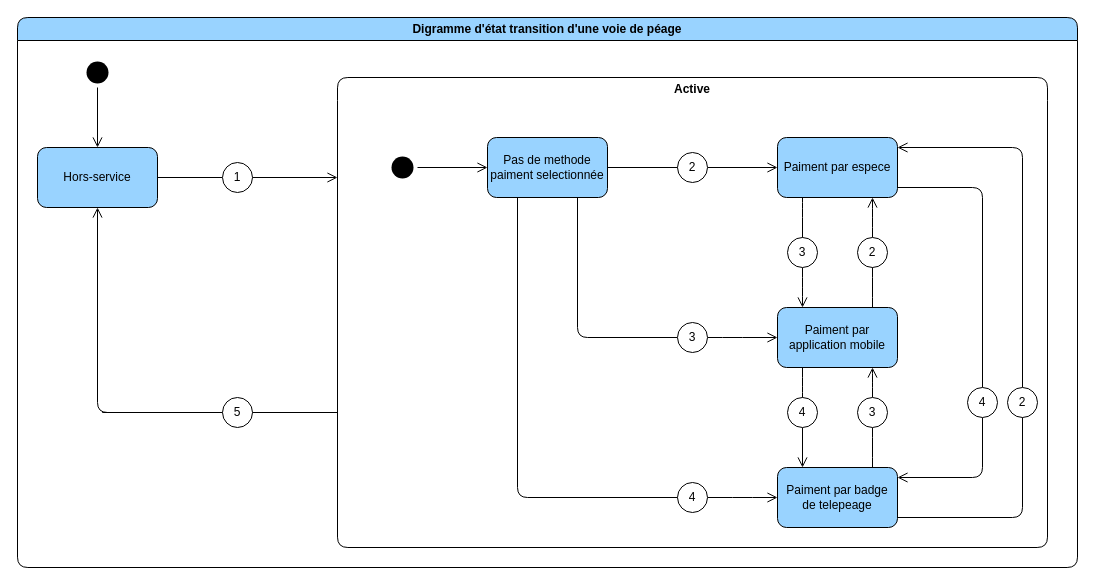
This is page "voie" (1 of 3) of diagrams/state-diagram.drawio from devlotfi/peage-pay, a draw.io file, before an edit. Source tidied: cells renumbered, new cells numbered last; positions are measured from the earlier drawing's top-left corner, leaving out a move shared by most shapes. Both pictures are drawn from the tidied source at 100%, with x=0, y=0 at pixel (17, 17).
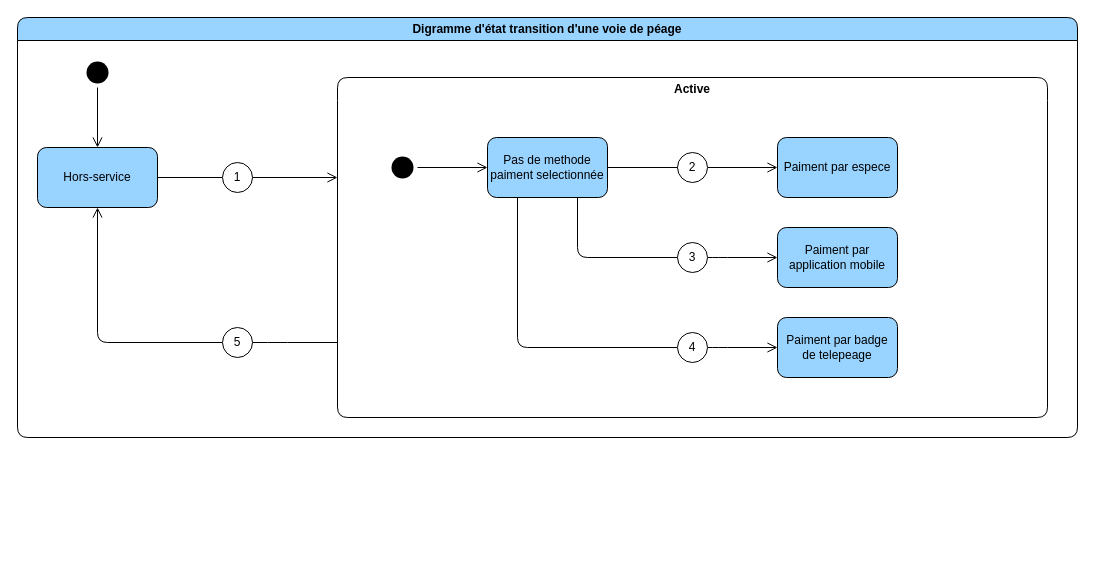
Above is the later version.

Unchanged cells that the change refers to:
```xml
<mxCell id="10" value="Paiment par espece" style="rounded=1;whiteSpace=wrap;html=1;strokeColor=default;align=center;verticalAlign=middle;fontFamily=Helvetica;fontSize=12;fontColor=default;labelBackgroundColor=none;fillColor=#99D3FF;" parent="7" vertex="1">
  <mxGeometry x="440" y="60" width="120" height="60" as="geometry" />
</mxCell>
<mxCell id="21" value="Pas de methode paiment selectionnée" style="rounded=1;whiteSpace=wrap;html=1;strokeColor=default;align=center;verticalAlign=middle;fontFamily=Helvetica;fontSize=12;fontColor=default;labelBackgroundColor=none;fillColor=#99D3FF;" parent="7" vertex="1">
  <mxGeometry x="150" y="60" width="120" height="60" as="geometry" />
</mxCell>
```

What changed in the source:
```diff
@@
     <mxCell id="2" value="Digramme d'état transition d'une voie de péage" style="swimlane;whiteSpace=wrap;html=1;fillColor=#99D3FF;rounded=1;startSize=23;" parent="1" vertex="1">
-      <mxGeometry width="1060" height="550" as="geometry" />
+      <mxGeometry width="1060" height="420" as="geometry" />
     </mxCell>
@@
     <mxCell id="7" value="Active" style="swimlane;whiteSpace=wrap;html=1;rounded=1;strokeColor=default;align=center;verticalAlign=middle;fontFamily=Helvetica;fontSize=12;fontColor=default;labelBackgroundColor=none;fillColor=none;swimlaneLine=0;" parent="2" vertex="1">
-      <mxGeometry x="320" y="60" width="710" height="470" as="geometry" />
+      <mxGeometry x="320" y="60" width="710" height="340" as="geometry" />
     </mxCell>
-    <mxCell id="8" style="edgeStyle=orthogonalEdgeStyle;rounded=1;jettySize=auto;html=1;strokeColor=#000000;align=center;verticalAlign=bottom;fontFamily=Helvetica;fontSize=12;fontColor=default;labelBackgroundColor=none;endArrow=open;endSize=8;fillColor=#99D3FF;" parent="7" edge="1" source="29" target="12">
-      <mxGeometry relative="1" as="geometry">
-        <Array as="points">
-          <mxPoint x="465" y="210" />
-          <mxPoint x="465" y="210" />
-        </Array>
-      </mxGeometry>
-    </mxCell>
-    <mxCell id="9" style="edgeStyle=orthogonalEdgeStyle;rounded=1;jettySize=auto;html=1;strokeColor=#000000;align=center;verticalAlign=bottom;fontFamily=Helvetica;fontSize=12;fontColor=default;labelBackgroundColor=none;endArrow=none;endSize=8;fillColor=#99D3FF;endFill=0;" parent="7" edge="1" source="10" target="39">
-      <mxGeometry relative="1" as="geometry">
-        <Array as="points">
-          <mxPoint x="645" y="110" />
-        </Array>
-      </mxGeometry>
-    </mxCell>
@@
-    <mxCell id="11" style="edgeStyle=orthogonalEdgeStyle;rounded=1;jettySize=auto;html=1;strokeColor=#000000;align=center;verticalAlign=bottom;fontFamily=Helvetica;fontSize=12;fontColor=default;labelBackgroundColor=none;endArrow=open;endSize=8;fillColor=#99D3FF;" parent="7" edge="1" source="40" target="14">
-      <mxGeometry relative="1" as="geometry">
-        <Array as="points">
-          <mxPoint x="470" y="400" />
-          <mxPoint x="470" y="400" />
-        </Array>
-      </mxGeometry>
-    </mxCell>
     <mxCell id="12" value="Paiment par application mobile" style="rounded=1;whiteSpace=wrap;html=1;strokeColor=default;align=center;verticalAlign=middle;fontFamily=Helvetica;fontSize=12;fontColor=default;labelBackgroundColor=none;fillColor=#99D3FF;" parent="7" vertex="1">
-      <mxGeometry x="440" y="230" width="120" height="60" as="geometry" />
+      <mxGeometry x="440" y="150" width="120" height="60" as="geometry" />
     </mxCell>
-    <mxCell id="13" style="edgeStyle=orthogonalEdgeStyle;rounded=1;jettySize=auto;html=1;strokeColor=#000000;align=center;verticalAlign=bottom;fontFamily=Helvetica;fontSize=12;fontColor=default;labelBackgroundColor=none;endArrow=open;endSize=8;fillColor=#99D3FF;" parent="7" edge="1" source="27" target="10">
-      <mxGeometry relative="1" as="geometry">
-        <Array as="points">
-          <mxPoint x="685" y="70" />
-        </Array>
-      </mxGeometry>
-    </mxCell>
     <mxCell id="14" value="Paiment par badge de telepeage" style="rounded=1;whiteSpace=wrap;html=1;strokeColor=default;align=center;verticalAlign=middle;fontFamily=Helvetica;fontSize=12;fontColor=default;labelBackgroundColor=none;fillColor=#99D3FF;" parent="7" vertex="1">
-      <mxGeometry x="440" y="390" width="120" height="60" as="geometry" />
+      <mxGeometry x="440" y="240" width="120" height="60" as="geometry" />
     </mxCell>
@@
     <mxCell id="19" style="edgeStyle=orthogonalEdgeStyle;rounded=1;jettySize=auto;html=1;strokeColor=#000000;align=center;verticalAlign=bottom;fontFamily=Helvetica;fontSize=12;fontColor=default;labelBackgroundColor=none;endArrow=none;endSize=8;fillColor=#99D3FF;endFill=0;" parent="7" edge="1" source="21" target="35">
       <mxGeometry relative="1" as="geometry">
         <Array as="points">
-          <mxPoint x="240" y="260" />
+          <mxPoint x="240" y="180" />
+          <mxPoint x="355" y="180" />
         </Array>
       </mxGeometry>
     </mxCell>
-    <mxCell id="20" style="edgeStyle=orthogonalEdgeStyle;rounded=1;jettySize=auto;html=1;strokeColor=#000000;align=center;verticalAlign=bottom;fontFamily=Helvetica;fontSize=12;fontColor=default;labelBackgroundColor=none;endArrow=none;endSize=8;fillColor=#99D3FF;endFill=0;" parent="7" edge="1" source="21">
+    <mxCell id="20" style="edgeStyle=orthogonalEdgeStyle;rounded=1;jettySize=auto;html=1;strokeColor=#000000;align=center;verticalAlign=bottom;fontFamily=Helvetica;fontSize=12;fontColor=default;labelBackgroundColor=none;endArrow=none;endSize=8;fillColor=#99D3FF;endFill=0;" parent="7" edge="1" source="21" target="37">
       <mxGeometry relative="1" as="geometry">
-        <mxPoint x="360" y="420" as="targetPoint" />
         <Array as="points">
-          <mxPoint x="180" y="420" />
+          <mxPoint x="180" y="270" />
         </Array>
       </mxGeometry>
     </mxCell>
@@
-    <mxCell id="24" style="edgeStyle=orthogonalEdgeStyle;rounded=1;jettySize=auto;html=1;strokeColor=#000000;align=center;verticalAlign=bottom;fontFamily=Helvetica;fontSize=12;fontColor=default;labelBackgroundColor=none;endArrow=open;endSize=8;fillColor=#99D3FF;" parent="7" edge="1" source="25" target="10">
-      <mxGeometry relative="1" as="geometry">
-        <Array as="points">
-          <mxPoint x="535" y="140" />
-          <mxPoint x="535" y="140" />
-        </Array>
-      </mxGeometry>
-    </mxCell>
-    <mxCell id="25" value="2" style="ellipse;whiteSpace=wrap;html=1;rounded=1;strokeColor=default;align=center;verticalAlign=middle;fontFamily=Helvetica;fontSize=12;fontColor=default;labelBackgroundColor=none;fillColor=#FFFFFF;" parent="7" vertex="1">
-      <mxGeometry x="520" y="160" width="30" height="30" as="geometry" />
-    </mxCell>
-    <mxCell id="26" style="edgeStyle=orthogonalEdgeStyle;rounded=1;jettySize=auto;html=1;strokeColor=#000000;align=center;verticalAlign=bottom;fontFamily=Helvetica;fontSize=12;fontColor=default;labelBackgroundColor=none;endArrow=none;endSize=8;fillColor=#99D3FF;endFill=0;" parent="7" edge="1" source="12" target="25">
-      <mxGeometry relative="1" as="geometry">
-        <Array as="points">
-          <mxPoint x="535" y="210" />
-          <mxPoint x="535" y="210" />
-        </Array>
-      </mxGeometry>
-    </mxCell>
-    <mxCell id="27" value="2" style="ellipse;whiteSpace=wrap;html=1;rounded=1;strokeColor=default;align=center;verticalAlign=middle;fontFamily=Helvetica;fontSize=12;fontColor=default;labelBackgroundColor=none;fillColor=#FFFFFF;" parent="7" vertex="1">
-      <mxGeometry x="670" y="310" width="30" height="30" as="geometry" />
-    </mxCell>
-    <mxCell id="28" style="edgeStyle=orthogonalEdgeStyle;rounded=1;jettySize=auto;html=1;strokeColor=#000000;align=center;verticalAlign=bottom;fontFamily=Helvetica;fontSize=12;fontColor=default;labelBackgroundColor=none;endArrow=none;endSize=8;fillColor=#99D3FF;endFill=0;" parent="7" edge="1" source="14" target="27">
-      <mxGeometry relative="1" as="geometry">
-        <Array as="points">
-          <mxPoint x="685" y="440" />
-        </Array>
-      </mxGeometry>
-    </mxCell>
-    <mxCell id="29" value="3" style="ellipse;whiteSpace=wrap;html=1;rounded=1;strokeColor=default;align=center;verticalAlign=middle;fontFamily=Helvetica;fontSize=12;fontColor=default;labelBackgroundColor=none;fillColor=#FFFFFF;" parent="7" vertex="1">
-      <mxGeometry x="450" y="160" width="30" height="30" as="geometry" />
-    </mxCell>
-    <mxCell id="30" style="edgeStyle=orthogonalEdgeStyle;rounded=1;jettySize=auto;html=1;strokeColor=#000000;align=center;verticalAlign=bottom;fontFamily=Helvetica;fontSize=12;fontColor=default;labelBackgroundColor=none;endArrow=none;endSize=8;fillColor=#99D3FF;endFill=0;" parent="7" edge="1" source="10" target="29">
-      <mxGeometry relative="1" as="geometry">
-        <Array as="points">
-          <mxPoint x="465" y="130" />
-          <mxPoint x="465" y="130" />
-        </Array>
-      </mxGeometry>
-    </mxCell>
-    <mxCell id="31" style="edgeStyle=orthogonalEdgeStyle;rounded=1;jettySize=auto;html=1;strokeColor=#000000;align=center;verticalAlign=bottom;fontFamily=Helvetica;fontSize=12;fontColor=default;labelBackgroundColor=none;endArrow=none;endSize=8;fillColor=#99D3FF;endFill=0;" parent="7" edge="1" source="14" target="33">
-      <mxGeometry relative="1" as="geometry">
-        <Array as="points">
-          <mxPoint x="535" y="370" />
-          <mxPoint x="535" y="370" />
-        </Array>
-      </mxGeometry>
-    </mxCell>
-    <mxCell id="32" style="edgeStyle=orthogonalEdgeStyle;rounded=1;jettySize=auto;html=1;strokeColor=#000000;align=center;verticalAlign=bottom;fontFamily=Helvetica;fontSize=12;fontColor=default;labelBackgroundColor=none;endArrow=open;endSize=8;fillColor=#99D3FF;" parent="7" edge="1" source="33" target="12">
-      <mxGeometry relative="1" as="geometry">
-        <Array as="points">
-          <mxPoint x="535" y="300" />
-          <mxPoint x="535" y="300" />
-        </Array>
-      </mxGeometry>
-    </mxCell>
-    <mxCell id="33" value="3" style="ellipse;whiteSpace=wrap;html=1;rounded=1;strokeColor=default;align=center;verticalAlign=middle;fontFamily=Helvetica;fontSize=12;fontColor=default;labelBackgroundColor=none;fillColor=#FFFFFF;" parent="7" vertex="1">
-      <mxGeometry x="520" y="320" width="30" height="30" as="geometry" />
-    </mxCell>
     <mxCell id="34" style="edgeStyle=orthogonalEdgeStyle;rounded=1;jettySize=auto;html=1;strokeColor=#000000;align=center;verticalAlign=bottom;fontFamily=Helvetica;fontSize=12;fontColor=default;labelBackgroundColor=none;endArrow=open;endSize=8;fillColor=#99D3FF;" parent="7" edge="1" source="35" target="12">
       <mxGeometry relative="1" as="geometry">
         <Array as="points">
-          <mxPoint x="395" y="260" />
-          <mxPoint x="395" y="260" />
+          <mxPoint x="380" y="180" />
+          <mxPoint x="380" y="180" />
         </Array>
       </mxGeometry>
     </mxCell>
     <mxCell id="35" value="3" style="ellipse;whiteSpace=wrap;html=1;rounded=1;strokeColor=default;align=center;verticalAlign=middle;fontFamily=Helvetica;fontSize=12;fontColor=default;labelBackgroundColor=none;fillColor=#FFFFFF;" parent="7" vertex="1">
-      <mxGeometry x="340" y="245" width="30" height="30" as="geometry" />
+      <mxGeometry x="340" y="165" width="30" height="30" as="geometry" />
     </mxCell>
     <mxCell id="36" style="edgeStyle=orthogonalEdgeStyle;rounded=1;jettySize=auto;html=1;strokeColor=#000000;align=center;verticalAlign=bottom;fontFamily=Helvetica;fontSize=12;fontColor=default;labelBackgroundColor=none;endArrow=open;endSize=8;fillColor=#99D3FF;" parent="7" edge="1" source="37" target="14">
       <mxGeometry relative="1" as="geometry">
         <Array as="points">
-          <mxPoint x="405" y="420" />
-          <mxPoint x="405" y="420" />
+          <mxPoint x="380" y="270" />
+          <mxPoint x="380" y="270" />
         </Array>
       </mxGeometry>
     </mxCell>
     <mxCell id="37" value="4" style="ellipse;whiteSpace=wrap;html=1;rounded=1;strokeColor=default;align=center;verticalAlign=middle;fontFamily=Helvetica;fontSize=12;fontColor=default;labelBackgroundColor=none;fillColor=#FFFFFF;" parent="7" vertex="1">
-      <mxGeometry x="340" y="405" width="30" height="30" as="geometry" />
+      <mxGeometry x="340" y="255" width="30" height="30" as="geometry" />
     </mxCell>
-    <mxCell id="38" style="edgeStyle=orthogonalEdgeStyle;rounded=1;jettySize=auto;html=1;strokeColor=#000000;align=center;verticalAlign=bottom;fontFamily=Helvetica;fontSize=12;fontColor=default;labelBackgroundColor=none;endArrow=open;endSize=8;fillColor=#99D3FF;" parent="7" edge="1" source="39" target="14">
-      <mxGeometry relative="1" as="geometry">
-        <Array as="points">
-          <mxPoint x="645" y="400" />
-        </Array>
-      </mxGeometry>
-    </mxCell>
-    <mxCell id="39" value="4" style="ellipse;whiteSpace=wrap;html=1;rounded=1;strokeColor=default;align=center;verticalAlign=middle;fontFamily=Helvetica;fontSize=12;fontColor=default;labelBackgroundColor=none;fillColor=#FFFFFF;" parent="7" vertex="1">
-      <mxGeometry x="630" y="310" width="30" height="30" as="geometry" />
-    </mxCell>
-    <mxCell id="40" value="4" style="ellipse;whiteSpace=wrap;html=1;rounded=1;strokeColor=default;align=center;verticalAlign=middle;fontFamily=Helvetica;fontSize=12;fontColor=default;labelBackgroundColor=none;fillColor=#FFFFFF;" parent="7" vertex="1">
-      <mxGeometry x="450" y="320" width="30" height="30" as="geometry" />
-    </mxCell>
-    <mxCell id="41" style="edgeStyle=orthogonalEdgeStyle;rounded=1;jettySize=auto;html=1;strokeColor=#000000;align=center;verticalAlign=bottom;fontFamily=Helvetica;fontSize=12;fontColor=default;labelBackgroundColor=none;endArrow=none;endSize=8;fillColor=#99D3FF;endFill=0;" parent="7" edge="1" source="12" target="40">
-      <mxGeometry relative="1" as="geometry">
-        <Array as="points">
-          <mxPoint x="465" y="310" />
-          <mxPoint x="465" y="310" />
-        </Array>
-      </mxGeometry>
-    </mxCell>
@@
     <mxCell id="45" style="edgeStyle=orthogonalEdgeStyle;rounded=1;jettySize=auto;html=1;strokeColor=#000000;align=center;verticalAlign=bottom;fontFamily=Helvetica;fontSize=12;fontColor=default;labelBackgroundColor=none;endArrow=none;endSize=8;fillColor=#99D3FF;endFill=0;" parent="2" edge="1" source="7" target="46">
       <mxGeometry relative="1" as="geometry">
         <Array as="points">
-          <mxPoint x="80" y="395" />
+          <mxPoint x="260" y="325" />
+          <mxPoint x="260" y="325" />
         </Array>
       </mxGeometry>
     </mxCell>
     <mxCell id="46" value="5" style="ellipse;whiteSpace=wrap;html=1;rounded=1;strokeColor=default;align=center;verticalAlign=middle;fontFamily=Helvetica;fontSize=12;fontColor=default;labelBackgroundColor=none;fillColor=#FFFFFF;" parent="2" vertex="1">
-      <mxGeometry x="205" y="380" width="30" height="30" as="geometry" />
+      <mxGeometry x="205" y="310" width="30" height="30" as="geometry" />
     </mxCell>
```
